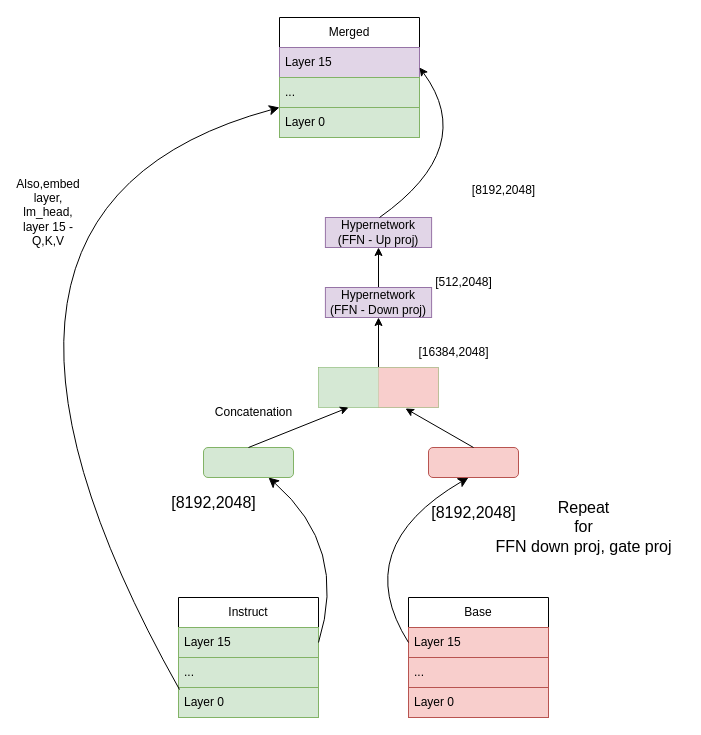
Above: merge_direct_ffn.drawio in babangain/drawio (draw.io), before the change. Source tidied: cells renumbered, new cells numbered last; positions are measured from the earlier drawing's top-left corner, leaving out a move shared by most shapes. Both pictures are drawn from the tidied source at 100%, with x=0, y=0 at pixel (-92, 17).
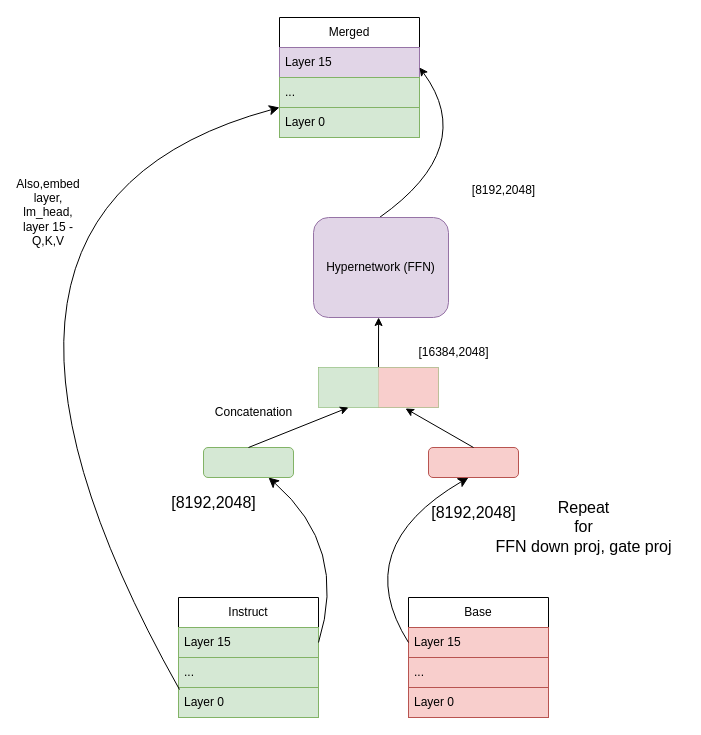
Above is the later version.

Unchanged cells that the change refers to:
```xml
<mxCell id="24" style="shape=table;startSize=0;childLayout=tableLayout;fontSize=16;fillColor=#d5e8d4;strokeColor=#82b366;" parent="1" vertex="1">
  <mxGeometry x="410" y="350" width="120" height="40" as="geometry" />
</mxCell>
```

Change to the diagram source:
```diff
@@
-    <mxCell id="23" style="edgeStyle=orthogonalEdgeStyle;rounded=0;jettySize=auto;html=1;" parent="1" edge="1" source="24" target="33">
-      <mxGeometry relative="1" as="geometry" />
+    <mxCell id="23" style="edgeStyle=orthogonalEdgeStyle;rounded=0;jettySize=auto;html=1;" parent="1" edge="1" source="24">
+      <mxGeometry relative="1" as="geometry">
+        <mxPoint x="470.1" y="300" as="targetPoint" />
+      </mxGeometry>
     </mxCell>
@@
-    <mxCell id="32" style="edgeStyle=orthogonalEdgeStyle;rounded=0;jettySize=auto;html=1;" parent="1" edge="1" source="33" target="34">
-      <mxGeometry relative="1" as="geometry" />
-    </mxCell>
-    <mxCell id="33" value="Hypernetwork (FFN - Down proj)" style="rounded=0;whiteSpace=wrap;html=1;fillColor=#e1d5e7;strokeColor=#9673a6;" parent="1" vertex="1">
-      <mxGeometry x="416.9" y="270" width="106.2" height="30" as="geometry" />
-    </mxCell>
-    <mxCell id="34" value="Hypernetwork (FFN - Up proj)" style="rounded=0;whiteSpace=wrap;html=1;fillColor=#e1d5e7;strokeColor=#9673a6;" parent="1" vertex="1">
-      <mxGeometry x="416.9" y="200" width="106.2" height="30" as="geometry" />
-    </mxCell>
-    <mxCell id="35" value="[512,2048]" style="text;html=1;align=center;verticalAlign=middle;strokeColor=none;fillColor=none;" parent="1" vertex="1">
-      <mxGeometry x="515" y="250" width="80" height="30" as="geometry" />
-    </mxCell>
@@
+    <mxCell id="38" value="Hypernetwork (FFN)" style="rounded=1;whiteSpace=wrap;html=1;fillColor=#e1d5e7;strokeColor=#9673a6;" parent="1" vertex="1">
+      <mxGeometry x="405" y="200" width="135" height="100" as="geometry" />
+    </mxCell>
```
